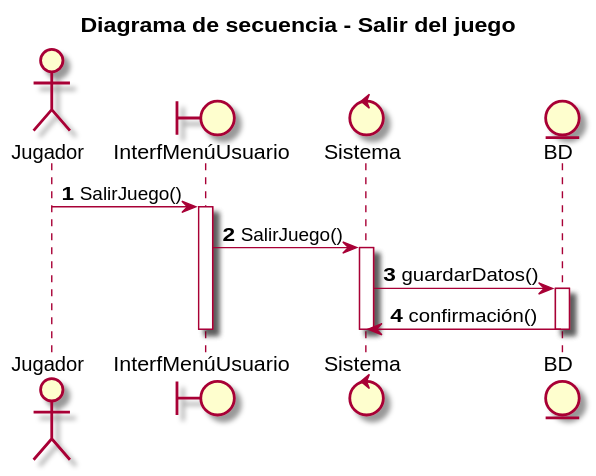
Before: UML/Diagramas de secuencia/Jugador/Salir del juego/Salir del juego.svg, a diagram exported from PlantUML (dmontesinos/ES-2019-G43-2-02.v1). Source of this version:
```plantuml
@startuml
title Diagrama de secuencia - Salir del juego
autonumber
actor Jugador
boundary InterfMenúUsuario
control Sistema
entity BD

Jugador -> InterfMenúUsuario : SalirJuego()
activate InterfMenúUsuario
InterfMenúUsuario -> Sistema : SalirJuego()
activate Sistema
Sistema -> BD : guardarDatos()
activate BD
BD -> Sistema : confirmación()
deactivate BD
deactivate Sistema
deactivate InterfMenúUsuario
@enduml
```
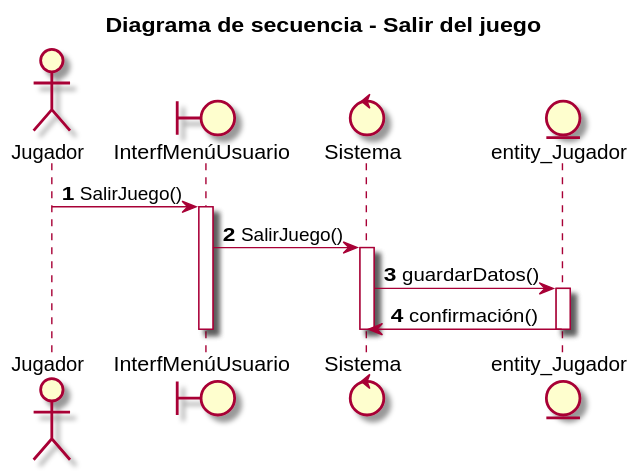
The same diagram one commit later.

What changed in the source:
```diff
@@ -4,16 +4,16 @@
 actor Jugador
 boundary InterfMenúUsuario
 control Sistema
-entity BD
+entity entity_Jugador
 
 Jugador -> InterfMenúUsuario : SalirJuego()
 activate InterfMenúUsuario
 InterfMenúUsuario -> Sistema : SalirJuego()
 activate Sistema
-Sistema -> BD : guardarDatos()
-activate BD
-BD -> Sistema : confirmación()
-deactivate BD
+Sistema -> entity_Jugador : guardarDatos()
+activate entity_Jugador
+entity_Jugador -> Sistema : confirmación()
+deactivate entity_Jugador
 deactivate Sistema
 deactivate InterfMenúUsuario
 @enduml
```
